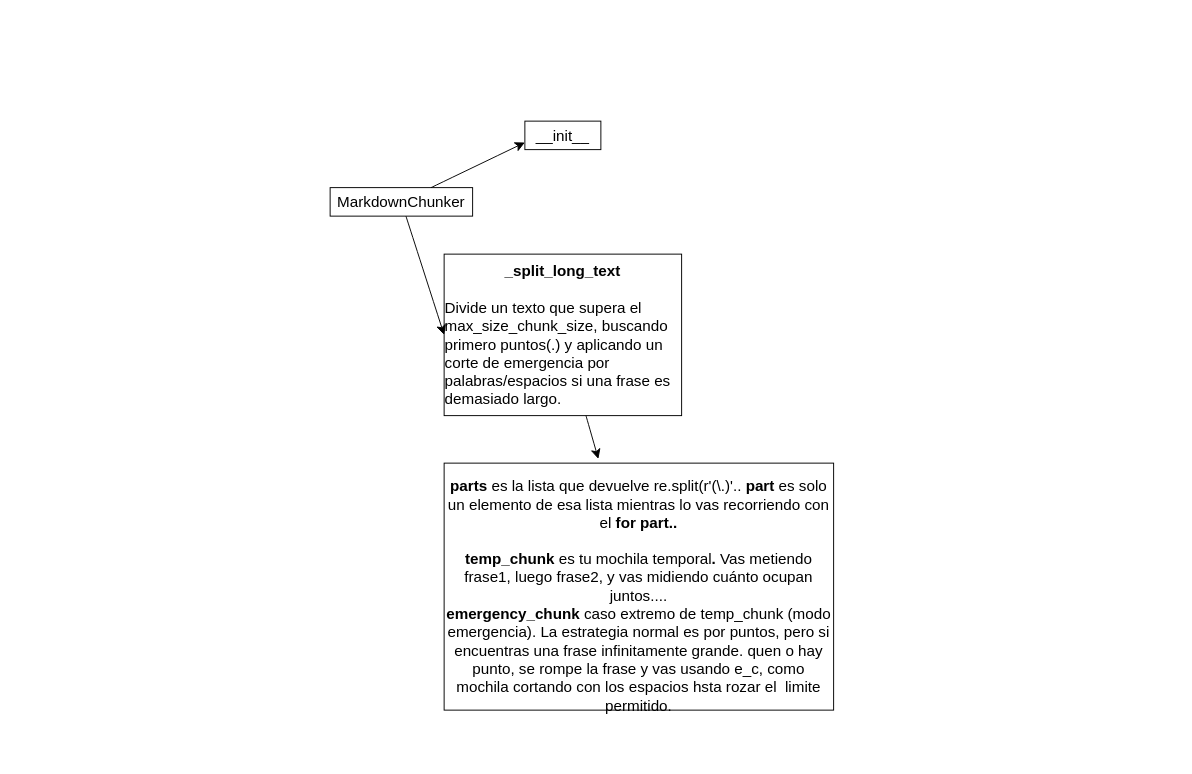
Before: docs/img/4_clases_metodos_rag.drawio in sergioromero2k/42_RarAgainstTheMachine, a draw.io diagram. Source tidied: cells renumbered, new cells numbered last; positions are measured from the earlier drawing's top-left corner, leaving out a move shared by most shapes. Both pictures are drawn from the tidied source at 95%, with x=0, y=0 at pixel (330, 121).
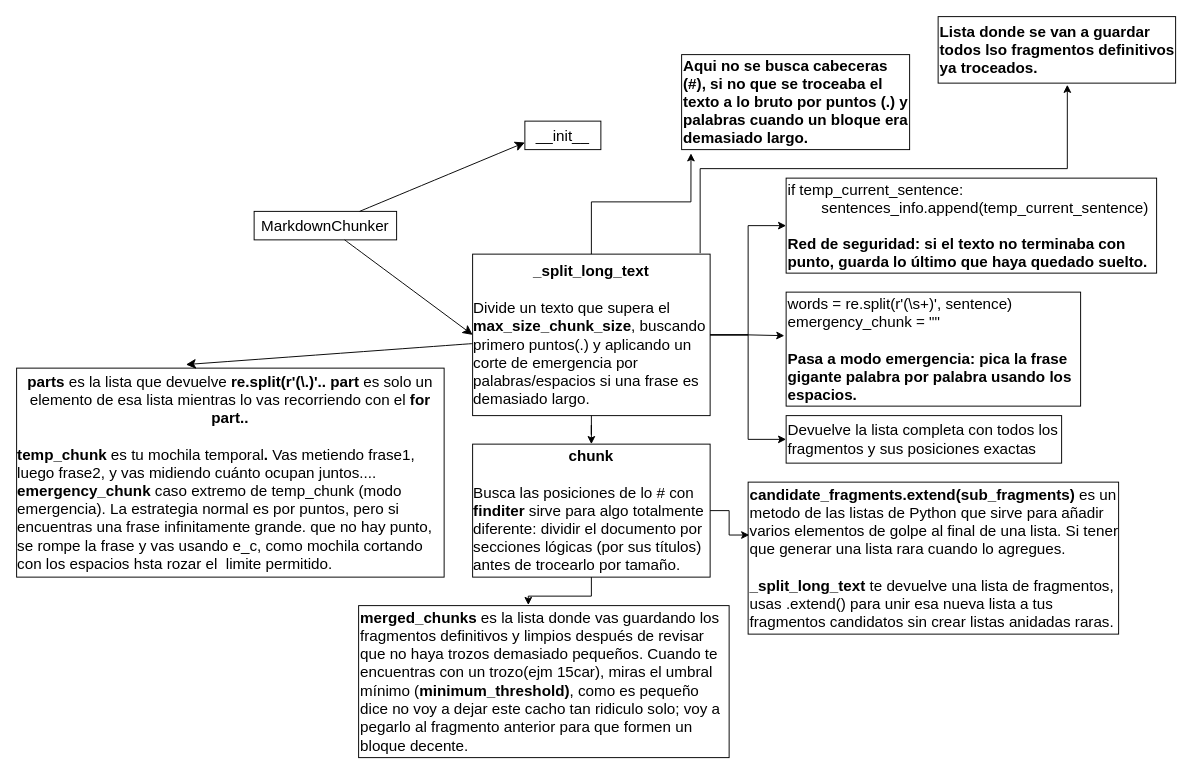
The same diagram, later.

Commit message (it also covers changes not shown here):
modifying uml graphs

What changed in the source:
```diff
@@
-    <mxCell id="3" style="edgeStyle=none;curved=1;rounded=0;jettySize=auto;html=1;entryX=0;entryY=0.5;entryDx=0;entryDy=0;fontSize=12;startSize=8;endSize=8;" parent="1" edge="1" source="4" target="6">
-      <mxGeometry relative="1" as="geometry" />
-    </mxCell>
+    <mxCell id="9" style="edgeStyle=none;curved=1;rounded=0;jettySize=auto;html=1;entryX=0;entryY=0.5;entryDx=0;entryDy=0;fontSize=12;startSize=8;endSize=8;" parent="1" edge="1" source="4" target="13">
+      <mxGeometry relative="1" as="geometry" />
+    </mxCell>
     <mxCell id="4" value="MarkdownChunker" style="text;html=1;whiteSpace=wrap;strokeColor=default;fillColor=none;align=center;verticalAlign=middle;rounded=0;fontSize=16;" parent="1" vertex="1">
-      <mxGeometry y="70" width="150" height="30" as="geometry" />
+      <mxGeometry x="-80" y="95" width="150" height="30" as="geometry" />
     </mxCell>
@@
-    <mxCell id="6" value="&lt;b&gt;_split_long_text&lt;/b&gt;&lt;div&gt;&lt;br&gt;&lt;/div&gt;&lt;div style=&quot;text-align: left;&quot;&gt;Divide un texto que supera el max_size_chunk_size, buscando primero puntos(.) y aplicando un corte de emergencia por palabras/espacios si una frase es demasiado largo.&lt;/div&gt;" style="text;html=1;whiteSpace=wrap;strokeColor=default;fillColor=none;align=center;verticalAlign=middle;rounded=0;fontSize=16;" parent="1" vertex="1">
-      <mxGeometry x="120" y="140" width="250" height="170" as="geometry" />
-    </mxCell>
-    <mxCell id="7" value="&lt;div&gt;&lt;b&gt;&lt;br&gt;&lt;/b&gt;&lt;/div&gt;&lt;b&gt;parts &lt;/b&gt;es la lista que devuelve re.split(r'(\.)'.. &lt;b&gt;part &lt;/b&gt;es solo un elemento de esa lista mientras lo vas recorriendo con el &lt;b&gt;for part..&lt;/b&gt;&lt;div&gt;&lt;b&gt;&lt;br&gt;&lt;/b&gt;&lt;/div&gt;&lt;div&gt;&lt;b&gt;temp_chunk &lt;/b&gt;es tu mochila temporal&lt;b&gt;. &lt;/b&gt;Vas metiendo frase1, luego frase2, y vas midiendo cuánto ocupan juntos....&lt;b&gt;&lt;br&gt;emergency_chunk &lt;/b&gt;caso extremo de temp_chunk (modo emergencia). La estrategia normal es por puntos, pero si encuentras una frase infinitamente grande. quen o hay punto, se rompe la frase y vas usando e_c, como mochila cortando con los espacios hsta rozar el&amp;nbsp; limite permitido.&lt;/div&gt;" style="text;html=1;whiteSpace=wrap;strokeColor=default;fillColor=none;align=center;verticalAlign=middle;rounded=0;fontSize=16;" parent="1" vertex="1">
-      <mxGeometry x="120" y="360" width="410" height="260" as="geometry" />
-    </mxCell>
-    <mxCell id="8" style="edgeStyle=none;curved=1;rounded=0;jettySize=auto;html=1;entryX=0.396;entryY=-0.017;entryDx=0;entryDy=0;entryPerimeter=0;fontSize=12;startSize=8;endSize=8;" parent="1" edge="1" source="6" target="7">
-      <mxGeometry relative="1" as="geometry" />
-    </mxCell>
+    <mxCell id="10" style="edgeStyle=orthogonalEdgeStyle;rounded=0;jettySize=auto;html=1;entryX=0;entryY=0.5;entryDx=0;entryDy=0;" parent="1" edge="1" source="13" target="18">
+      <mxGeometry relative="1" as="geometry" />
+    </mxCell>
+    <mxCell id="11" style="edgeStyle=orthogonalEdgeStyle;rounded=0;jettySize=auto;html=1;entryX=0;entryY=0.5;entryDx=0;entryDy=0;" parent="1" edge="1" source="13" target="21">
+      <mxGeometry relative="1" as="geometry" />
+    </mxCell>
+    <mxCell id="12" style="edgeStyle=orthogonalEdgeStyle;rounded=0;jettySize=auto;html=1;" parent="1" edge="1" source="13" target="22">
+      <mxGeometry relative="1" as="geometry" />
+    </mxCell>
+    <mxCell id="13" value="&lt;b&gt;_split_long_text&lt;/b&gt;&lt;div&gt;&lt;br&gt;&lt;/div&gt;&lt;div style=&quot;text-align: left;&quot;&gt;Divide un texto que supera el &lt;b&gt;max_size_chunk_size&lt;/b&gt;, buscando primero puntos(.) y aplicando un corte de emergencia por palabras/espacios si una frase es demasiado largo.&lt;/div&gt;" style="text;html=1;whiteSpace=wrap;strokeColor=default;fillColor=none;align=center;verticalAlign=middle;rounded=0;fontSize=16;" parent="1" vertex="1">
+      <mxGeometry x="150" y="140" width="250" height="170" as="geometry" />
+    </mxCell>
+    <mxCell id="14" value="&lt;div&gt;&lt;b style=&quot;background-color: transparent; color: light-dark(rgb(0, 0, 0), rgb(255, 255, 255));&quot;&gt;parts &lt;/b&gt;&lt;span style=&quot;background-color: transparent; color: light-dark(rgb(0, 0, 0), rgb(255, 255, 255));&quot;&gt;es la lista que devuelve &lt;b&gt;re.split(r'(\.)'..&lt;/b&gt; &lt;/span&gt;&lt;b style=&quot;background-color: transparent; color: light-dark(rgb(0, 0, 0), rgb(255, 255, 255));&quot;&gt;part &lt;/b&gt;&lt;span style=&quot;background-color: transparent; color: light-dark(rgb(0, 0, 0), rgb(255, 255, 255));&quot;&gt;es solo un elemento de esa lista mientras lo vas recorriendo con el &lt;/span&gt;&lt;b style=&quot;background-color: transparent; color: light-dark(rgb(0, 0, 0), rgb(255, 255, 255));&quot;&gt;for part..&lt;/b&gt;&lt;/div&gt;&lt;div&gt;&lt;b&gt;&lt;br&gt;&lt;/b&gt;&lt;/div&gt;&lt;div&gt;&lt;div style=&quot;text-align: left;&quot;&gt;&lt;b style=&quot;background-color: transparent; color: light-dark(rgb(0, 0, 0), rgb(255, 255, 255));&quot;&gt;temp_chunk &lt;/b&gt;&lt;span style=&quot;background-color: transparent; color: light-dark(rgb(0, 0, 0), rgb(255, 255, 255));&quot;&gt;es tu mochila temporal&lt;/span&gt;&lt;b style=&quot;background-color: transparent; color: light-dark(rgb(0, 0, 0), rgb(255, 255, 255));&quot;&gt;. &lt;/b&gt;&lt;span style=&quot;background-color: transparent; color: light-dark(rgb(0, 0, 0), rgb(255, 255, 255));&quot;&gt;Vas metiendo frase1, luego frase2, y vas midiendo cuánto ocupan juntos....&lt;/span&gt;&lt;/div&gt;&lt;b&gt;&lt;div style=&quot;text-align: left;&quot;&gt;&lt;b style=&quot;background-color: transparent; color: light-dark(rgb(0, 0, 0), rgb(255, 255, 255));&quot;&gt;emergency_chunk &lt;/b&gt;&lt;span style=&quot;background-color: transparent; color: light-dark(rgb(0, 0, 0), rgb(255, 255, 255)); font-weight: normal;&quot;&gt;caso extremo de temp_chunk (modo emergencia). La estrategia normal es por puntos, pero si encuentras una frase infinitamente grande. que no hay punto, se rompe la frase y vas usando e_c, como mochila cortando con los espacios hsta rozar el&amp;nbsp; limite permitido.&lt;/span&gt;&lt;/div&gt;&lt;/b&gt;&lt;/div&gt;" style="text;html=1;whiteSpace=wrap;strokeColor=default;fillColor=none;align=center;verticalAlign=middle;rounded=0;fontSize=16;" parent="1" vertex="1">
+      <mxGeometry x="-330" y="260" width="450" height="220" as="geometry" />
+    </mxCell>
+    <mxCell id="15" style="edgeStyle=none;curved=1;rounded=0;jettySize=auto;html=1;entryX=0.396;entryY=-0.017;entryDx=0;entryDy=0;entryPerimeter=0;fontSize=12;startSize=8;endSize=8;" parent="1" edge="1" source="13" target="14">
+      <mxGeometry relative="1" as="geometry" />
+    </mxCell>
+    <mxCell id="16" value="&lt;b&gt;Lista donde se van a guardar todos lso fragmentos definitivos ya troceados.&lt;/b&gt;" style="text;html=1;whiteSpace=wrap;strokeColor=default;fillColor=none;align=left;verticalAlign=middle;rounded=0;fontSize=16;" parent="1" vertex="1">
+      <mxGeometry x="640" y="-110" width="250" height="70" as="geometry" />
+    </mxCell>
+    <mxCell id="17" style="edgeStyle=orthogonalEdgeStyle;rounded=0;jettySize=auto;html=1;entryX=0.544;entryY=1.025;entryDx=0;entryDy=0;entryPerimeter=0;exitX=0.958;exitY=-0.006;exitDx=0;exitDy=0;exitPerimeter=0;" parent="1" edge="1" source="13" target="16">
+      <mxGeometry relative="1" as="geometry" />
+    </mxCell>
+    <mxCell id="18" value="&lt;span class=&quot;hljs-keyword&quot;&gt;if&lt;/span&gt; temp_current_sentence:&lt;br&gt;        &lt;span style=&quot;white-space: pre;&quot;&gt;&#9;&lt;/span&gt;sentences_info.append(temp_current_sentence)&lt;div&gt;&lt;br&gt;&lt;/div&gt;&lt;div&gt;&lt;b&gt;Red de seguridad: si el texto no terminaba con punto, guarda lo último que haya quedado suelto.&lt;/b&gt;&lt;/div&gt;" style="text;html=1;whiteSpace=wrap;strokeColor=default;fillColor=none;align=left;verticalAlign=middle;rounded=0;fontSize=16;" parent="1" vertex="1">
+      <mxGeometry x="480" y="60" width="390" height="100" as="geometry" />
+    </mxCell>
+    <mxCell id="19" value="words = re.split(&lt;span class=&quot;hljs-string&quot;&gt;r'(\s+)'&lt;/span&gt;, sentence)&amp;nbsp;&lt;div&gt;emergency_chunk = &lt;span class=&quot;hljs-string&quot;&gt;&quot;&quot;&lt;/span&gt;&lt;br&gt;&lt;div&gt;&lt;br&gt;&lt;/div&gt;&lt;div&gt;&lt;span class=&quot;hljs-comment&quot;&gt;&lt;b&gt;Pasa a modo emergencia: pica la frase gigante palabra por palabra usando los espacios.&lt;/b&gt;&lt;/span&gt;&lt;/div&gt;&lt;/div&gt;" style="text;html=1;whiteSpace=wrap;strokeColor=default;fillColor=none;align=left;verticalAlign=middle;rounded=0;fontSize=16;" parent="1" vertex="1">
+      <mxGeometry x="480" y="180" width="310" height="120" as="geometry" />
+    </mxCell>
+    <mxCell id="20" style="edgeStyle=orthogonalEdgeStyle;rounded=0;jettySize=auto;html=1;entryX=-0.006;entryY=0.382;entryDx=0;entryDy=0;entryPerimeter=0;" parent="1" edge="1" source="13" target="19">
+      <mxGeometry relative="1" as="geometry" />
+    </mxCell>
+    <mxCell id="21" value="Devuelve la lista completa con todos los fragmentos y sus posiciones exactas" style="text;html=1;whiteSpace=wrap;strokeColor=default;fillColor=none;align=left;verticalAlign=middle;rounded=0;fontSize=16;" parent="1" vertex="1">
+      <mxGeometry x="480" y="310" width="290" height="50" as="geometry" />
+    </mxCell>
+    <mxCell id="22" value="&lt;b&gt;chunk&lt;/b&gt;&lt;div&gt;&lt;br&gt;&lt;/div&gt;&lt;div style=&quot;text-align: left;&quot;&gt;Busca las posiciones de lo # con &lt;b&gt;finditer&lt;/b&gt; sirve para algo totalmente diferente: dividir el documento por secciones lógicas (por sus títulos) antes de trocearlo por tamaño.&lt;/div&gt;" style="text;html=1;whiteSpace=wrap;strokeColor=default;fillColor=none;align=center;verticalAlign=middle;rounded=0;fontSize=16;" parent="1" vertex="1">
+      <mxGeometry x="150" y="340" width="250" height="140" as="geometry" />
+    </mxCell>
+    <mxCell id="23" value="&lt;b&gt;candidate_fragments.extend(sub_fragments)&lt;/b&gt; es un metodo de las listas de Python que sirve para añadir varios elementos de golpe al final de una lista. Si tener que generar una lista rara cuando lo agregues.&lt;br&gt;&lt;br&gt;&lt;b&gt;_split_long_text &lt;/b&gt;te devuelve una lista de fragmentos, usas .extend() para unir esa nueva lista a tus fragmentos candidatos sin crear listas anidadas raras." style="text;html=1;whiteSpace=wrap;strokeColor=default;fillColor=none;align=left;verticalAlign=middle;rounded=0;fontSize=16;" parent="1" vertex="1">
+      <mxGeometry x="440" y="380" width="390" height="160" as="geometry" />
+    </mxCell>
+    <mxCell id="24" value="&lt;b&gt;Aqui no se busca cabeceras (#), si no que se troceaba el texto a lo bruto por puntos (.) y palabras cuando un bloque era demasiado largo.&amp;nbsp;&lt;/b&gt;" style="text;html=1;whiteSpace=wrap;strokeColor=default;fillColor=none;align=left;verticalAlign=middle;rounded=0;fontSize=16;" parent="1" vertex="1">
+      <mxGeometry x="370" y="-70" width="240" height="100" as="geometry" />
+    </mxCell>
+    <mxCell id="25" style="edgeStyle=orthogonalEdgeStyle;rounded=0;jettySize=auto;html=1;entryX=0.041;entryY=1.039;entryDx=0;entryDy=0;entryPerimeter=0;" parent="1" edge="1" source="13" target="24">
+      <mxGeometry relative="1" as="geometry" />
+    </mxCell>
+    <mxCell id="26" style="edgeStyle=orthogonalEdgeStyle;rounded=0;jettySize=auto;html=1;entryX=0.003;entryY=0.348;entryDx=0;entryDy=0;entryPerimeter=0;" parent="1" edge="1" source="22" target="23">
+      <mxGeometry relative="1" as="geometry" />
+    </mxCell>
+    <mxCell id="27" value="&lt;b&gt;merged_chunks &lt;/b&gt;es la lista donde vas guardando los fragmentos definitivos y limpios después de revisar que no haya trozos demasiado pequeños. Cuando te encuentras con un trozo(ejm 15car), miras el umbral mínimo (&lt;b&gt;minimum_threshold)&lt;/b&gt;, como es pequeño dice no voy a dejar este cacho tan ridiculo solo; voy a pegarlo al fragmento anterior para que formen un bloque decente." style="text;html=1;whiteSpace=wrap;strokeColor=default;fillColor=none;align=left;verticalAlign=middle;rounded=0;fontSize=16;" parent="1" vertex="1">
+      <mxGeometry x="30" y="510" width="390" height="160" as="geometry" />
+    </mxCell>
+    <mxCell id="28" style="edgeStyle=orthogonalEdgeStyle;rounded=0;jettySize=auto;html=1;entryX=0.458;entryY=-0.004;entryDx=0;entryDy=0;entryPerimeter=0;" parent="1" edge="1" source="22" target="27">
+      <mxGeometry relative="1" as="geometry" />
+    </mxCell>
```
